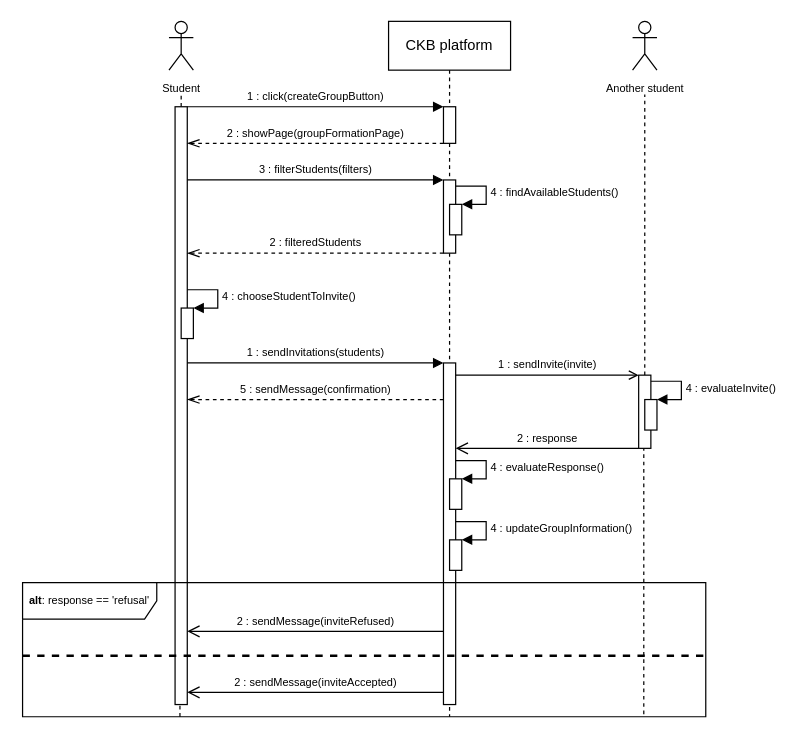
Above: RASDwip/ExtraFiles/Drawio/Sequence/Sequence9.drawio in francescospangaro/SpangaroTosettiRiccardi (draw.io), before the change. Source tidied: cells renumbered, new cells numbered last; positions are measured from the earlier drawing's top-left corner, leaving out a move shared by most shapes. Both pictures are drawn from the tidied source at 122%, with x=0, y=0 at pixel (22, 21).
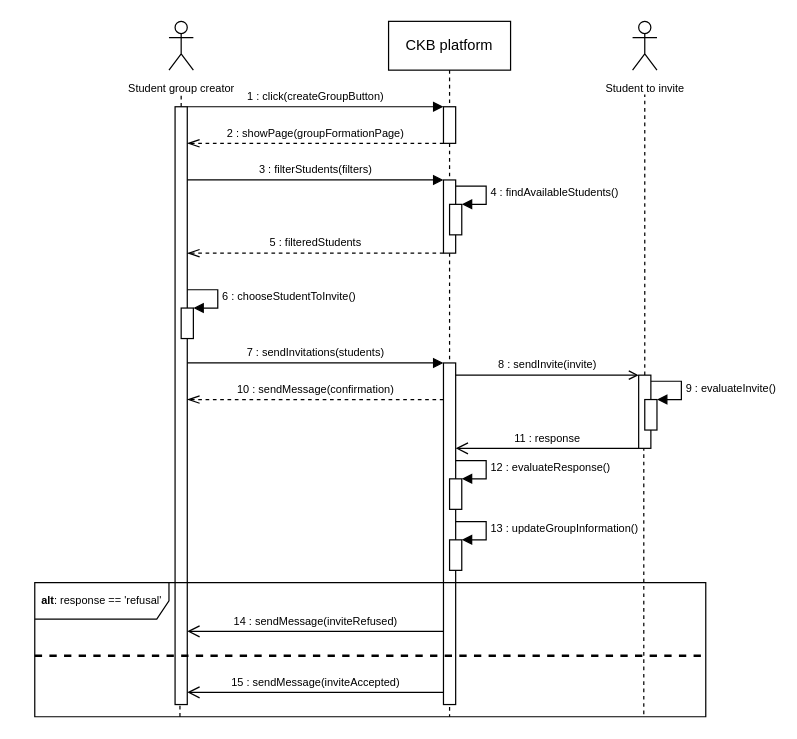
The same diagram, later.

Unchanged cells that the change refers to:
```xml
<mxCell id="4" style="html=1;points=[];perimeter=orthogonalPerimeter;outlineConnect=0;targetShapes=umlLifeline;portConstraint=eastwest;newEdgeStyle={&quot;edgeStyle&quot;:&quot;elbowEdgeStyle&quot;,&quot;elbow&quot;:&quot;vertical&quot;,&quot;curved&quot;:0,&quot;rounded&quot;:0};" parent="2" vertex="1">
  <mxGeometry x="45" y="130" width="10" height="60" as="geometry" />
</mxCell>
<mxCell id="7" style="html=1;points=[];perimeter=orthogonalPerimeter;outlineConnect=0;targetShapes=umlLifeline;portConstraint=eastwest;newEdgeStyle={&quot;edgeStyle&quot;:&quot;elbowEdgeStyle&quot;,&quot;elbow&quot;:&quot;vertical&quot;,&quot;curved&quot;:0,&quot;rounded&quot;:0};" parent="1" vertex="1">
  <mxGeometry x="345" y="280" width="10" height="280" as="geometry" />
</mxCell>
<mxCell id="10" style="html=1;points=[];perimeter=orthogonalPerimeter;outlineConnect=0;targetShapes=umlLifeline;portConstraint=eastwest;newEdgeStyle={&quot;edgeStyle&quot;:&quot;elbowEdgeStyle&quot;,&quot;elbow&quot;:&quot;vertical&quot;,&quot;curved&quot;:0,&quot;rounded&quot;:0};" parent="1" vertex="1">
  <mxGeometry x="125" y="70" width="10" height="490" as="geometry" />
</mxCell>
<mxCell id="21" style="html=1;points=[];perimeter=orthogonalPerimeter;outlineConnect=0;targetShapes=umlLifeline;portConstraint=eastwest;newEdgeStyle={&quot;edgeStyle&quot;:&quot;elbowEdgeStyle&quot;,&quot;elbow&quot;:&quot;vertical&quot;,&quot;curved&quot;:0,&quot;rounded&quot;:0};" parent="1" vertex="1">
  <mxGeometry x="505" y="290" width="10" height="60" as="geometry" />
</mxCell>
<mxCell id="23" style="html=1;points=[[0,0,0,0,5],[0,1,0,0,-5],[1,0,0,0,5],[1,1,0,0,-5]];perimeter=orthogonalPerimeter;outlineConnect=0;targetShapes=umlLifeline;portConstraint=eastwest;newEdgeStyle={&quot;curved&quot;:0,&quot;rounded&quot;:0};" parent="1" vertex="1">
  <mxGeometry x="510" y="310" width="10" height="25" as="geometry" />
</mxCell>
<mxCell id="25" style="html=1;points=[[0,0,0,0,5],[0,1,0,0,-5],[1,0,0,0,5],[1,1,0,0,-5]];perimeter=orthogonalPerimeter;outlineConnect=0;targetShapes=umlLifeline;portConstraint=eastwest;newEdgeStyle={&quot;curved&quot;:0,&quot;rounded&quot;:0};" parent="1" vertex="1">
  <mxGeometry x="130" y="235" width="10" height="25" as="geometry" />
</mxCell>
<mxCell id="27" style="html=1;points=[[0,0,0,0,5],[0,1,0,0,-5],[1,0,0,0,5],[1,1,0,0,-5]];perimeter=orthogonalPerimeter;outlineConnect=0;targetShapes=umlLifeline;portConstraint=eastwest;newEdgeStyle={&quot;curved&quot;:0,&quot;rounded&quot;:0};" parent="1" vertex="1">
  <mxGeometry x="350" y="375" width="10" height="25" as="geometry" />
</mxCell>
<mxCell id="29" style="html=1;points=[[0,0,0,0,5],[0,1,0,0,-5],[1,0,0,0,5],[1,1,0,0,-5]];perimeter=orthogonalPerimeter;outlineConnect=0;targetShapes=umlLifeline;portConstraint=eastwest;newEdgeStyle={&quot;curved&quot;:0,&quot;rounded&quot;:0};" parent="1" vertex="1">
  <mxGeometry x="350" y="425" width="10" height="25" as="geometry" />
</mxCell>
```

What changed in the source:
```diff
@@
-    <mxCell id="8" value="&lt;font style=&quot;font-size: 9px;&quot;&gt;Student&lt;/font&gt;" style="shape=umlActor;verticalLabelPosition=bottom;verticalAlign=top;html=1;" parent="1" vertex="1">
+    <mxCell id="8" value="&lt;font style=&quot;font-size: 9px;&quot;&gt;Student group creator&lt;/font&gt;" style="shape=umlActor;verticalLabelPosition=bottom;verticalAlign=top;html=1;" parent="1" vertex="1">
       <mxGeometry x="120" width="20" height="40" as="geometry" />
     </mxCell>
@@
-    <mxCell id="14" value="&lt;font style=&quot;font-size: 9px;&quot;&gt;5 : sendMessage(confirmation)&lt;/font&gt;" style="html=1;verticalAlign=bottom;endArrow=openThin;dashed=1;endSize=8;edgeStyle=elbowEdgeStyle;elbow=horizontal;curved=0;rounded=0;endFill=0;" parent="1" edge="1">
+    <mxCell id="14" value="&lt;font style=&quot;font-size: 9px;&quot;&gt;10 : sendMessage(confirmation)&lt;/font&gt;" style="html=1;verticalAlign=bottom;endArrow=openThin;dashed=1;endSize=8;edgeStyle=elbowEdgeStyle;elbow=horizontal;curved=0;rounded=0;endFill=0;" parent="1" edge="1">
       <mxGeometry relative="1" as="geometry">
         <mxPoint x="345" y="310" as="sourcePoint" />
         <mxPoint x="135" y="310" as="targetPoint" />
         <Array as="points">
           <mxPoint x="225" y="310" />
         </Array>
       </mxGeometry>
     </mxCell>
-    <mxCell id="15" value="&lt;font style=&quot;font-size: 9px;&quot;&gt;2 : filteredStudents&lt;/font&gt;" style="html=1;verticalAlign=bottom;endArrow=openThin;dashed=1;endSize=8;edgeStyle=elbowEdgeStyle;elbow=vertical;curved=0;rounded=0;endFill=0;" parent="1" edge="1" source="4" target="10">
+    <mxCell id="15" value="&lt;font style=&quot;font-size: 9px;&quot;&gt;5 : filteredStudents&lt;/font&gt;" style="html=1;verticalAlign=bottom;endArrow=openThin;dashed=1;endSize=8;edgeStyle=elbowEdgeStyle;elbow=vertical;curved=0;rounded=0;endFill=0;" parent="1" edge="1" source="4" target="10">
       <mxGeometry relative="1" as="geometry">
         <Array as="points">
           <mxPoint x="225" y="190" />
         </Array>
       </mxGeometry>
     </mxCell>
-    <mxCell id="16" value="&lt;font style=&quot;font-size: 9px;&quot;&gt;1 : sendInvitations(students)&lt;/font&gt;" style="html=1;verticalAlign=bottom;endArrow=block;edgeStyle=elbowEdgeStyle;elbow=vertical;curved=0;rounded=0;" parent="1" edge="1" source="10" target="7">
+    <mxCell id="16" value="&lt;font style=&quot;font-size: 9px;&quot;&gt;7 : sendInvitations(students)&lt;/font&gt;" style="html=1;verticalAlign=bottom;endArrow=block;edgeStyle=elbowEdgeStyle;elbow=vertical;curved=0;rounded=0;" parent="1" edge="1" source="10" target="7">
       <mxGeometry relative="1" as="geometry">
         <Array as="points">
           <mxPoint x="230" y="280" />
         </Array>
       </mxGeometry>
     </mxCell>
-    <mxCell id="17" value="&lt;font style=&quot;font-size: 9px;&quot;&gt;Another student&lt;/font&gt;" style="shape=umlActor;verticalLabelPosition=bottom;verticalAlign=top;html=1;" parent="1" vertex="1">
+    <mxCell id="17" value="&lt;font style=&quot;font-size: 9px;&quot;&gt;Student to invite&lt;/font&gt;" style="shape=umlActor;verticalLabelPosition=bottom;verticalAlign=top;html=1;" parent="1" vertex="1">
       <mxGeometry x="500" width="20" height="40" as="geometry" />
     </mxCell>
@@
-    <mxCell id="19" value="&lt;font style=&quot;font-size: 9px;&quot;&gt;1 : sendInvite(invite)&lt;/font&gt;" style="html=1;verticalAlign=bottom;endArrow=open;edgeStyle=elbowEdgeStyle;elbow=horizontal;curved=0;rounded=0;endFill=0;" parent="1" edge="1" source="7" target="21">
+    <mxCell id="19" value="&lt;font style=&quot;font-size: 9px;&quot;&gt;8 : sendInvite(invite)&lt;/font&gt;" style="html=1;verticalAlign=bottom;endArrow=open;edgeStyle=elbowEdgeStyle;elbow=horizontal;curved=0;rounded=0;endFill=0;" parent="1" edge="1" source="7" target="21">
       <mxGeometry relative="1" as="geometry">
         <Array as="points">
           <mxPoint x="460" y="290" />
         </Array>
       </mxGeometry>
     </mxCell>
@@
-    <mxCell id="22" value="&lt;font style=&quot;font-size: 9px;&quot;&gt;2 : response&lt;/font&gt;" style="html=1;verticalAlign=bottom;endArrow=open;endSize=8;edgeStyle=elbowEdgeStyle;elbow=vertical;curved=0;rounded=0;endFill=0;" parent="1" edge="1" source="21" target="7">
+    <mxCell id="22" value="&lt;font style=&quot;font-size: 9px;&quot;&gt;11 : response&lt;/font&gt;" style="html=1;verticalAlign=bottom;endArrow=open;endSize=8;edgeStyle=elbowEdgeStyle;elbow=vertical;curved=0;rounded=0;endFill=0;" parent="1" edge="1" source="21" target="7">
       <mxGeometry relative="1" as="geometry">
         <Array as="points">
           <mxPoint x="460" y="350" />
         </Array>
       </mxGeometry>
     </mxCell>
@@
-    <mxCell id="24" value="&lt;font style=&quot;font-size: 9px;&quot;&gt;4 : evaluateInvite()&lt;/font&gt;" style="html=1;align=left;spacingLeft=2;endArrow=block;rounded=0;edgeStyle=orthogonalEdgeStyle;curved=0;rounded=0;" parent="1" edge="1" target="23">
+    <mxCell id="24" value="&lt;font style=&quot;font-size: 9px;&quot;&gt;9 : evaluateInvite()&lt;/font&gt;" style="html=1;align=left;spacingLeft=2;endArrow=block;rounded=0;edgeStyle=orthogonalEdgeStyle;curved=0;rounded=0;" parent="1" edge="1" target="23">
       <mxGeometry relative="1" as="geometry">
         <mxPoint x="515" y="295" as="sourcePoint" />
         <Array as="points">
           <mxPoint x="540" y="295" />
           <mxPoint x="540" y="310" />
         </Array>
       </mxGeometry>
     </mxCell>
@@
-    <mxCell id="26" value="&lt;font style=&quot;font-size: 9px;&quot;&gt;4 : chooseStudentToInvite()&lt;/font&gt;" style="html=1;align=left;spacingLeft=2;endArrow=block;rounded=0;edgeStyle=orthogonalEdgeStyle;curved=0;rounded=0;" parent="1" edge="1" target="25">
+    <mxCell id="26" value="&lt;font style=&quot;font-size: 9px;&quot;&gt;6 : chooseStudentToInvite()&lt;/font&gt;" style="html=1;align=left;spacingLeft=2;endArrow=block;rounded=0;edgeStyle=orthogonalEdgeStyle;curved=0;rounded=0;" parent="1" edge="1" target="25">
       <mxGeometry relative="1" as="geometry">
         <mxPoint x="135" y="220" as="sourcePoint" />
         <Array as="points">
           <mxPoint x="160" y="220" />
           <mxPoint x="160" y="235" />
         </Array>
       </mxGeometry>
     </mxCell>
@@
-    <mxCell id="28" value="&lt;font style=&quot;font-size: 9px;&quot;&gt;4 : evaluateResponse()&lt;/font&gt;" style="html=1;align=left;spacingLeft=2;endArrow=block;rounded=0;edgeStyle=orthogonalEdgeStyle;curved=0;rounded=0;" parent="1" edge="1" target="27">
+    <mxCell id="28" value="&lt;font style=&quot;font-size: 9px;&quot;&gt;12 : evaluateResponse()&lt;/font&gt;" style="html=1;align=left;spacingLeft=2;endArrow=block;rounded=0;edgeStyle=orthogonalEdgeStyle;curved=0;rounded=0;" parent="1" edge="1" target="27">
       <mxGeometry relative="1" as="geometry">
         <mxPoint x="355" y="360" as="sourcePoint" />
         <Array as="points">
           <mxPoint x="380" y="360" />
           <mxPoint x="380" y="375" />
         </Array>
       </mxGeometry>
     </mxCell>
@@
-    <mxCell id="30" value="&lt;font style=&quot;font-size: 9px;&quot;&gt;4 : updateGroupInformation()&lt;/font&gt;" style="html=1;align=left;spacingLeft=2;endArrow=block;rounded=0;edgeStyle=orthogonalEdgeStyle;curved=0;rounded=0;" parent="1" edge="1" target="29">
+    <mxCell id="30" value="&lt;font style=&quot;font-size: 9px;&quot;&gt;13 : updateGroupInformation()&lt;/font&gt;" style="html=1;align=left;spacingLeft=2;endArrow=block;rounded=0;edgeStyle=orthogonalEdgeStyle;curved=0;rounded=0;" parent="1" edge="1" target="29">
       <mxGeometry relative="1" as="geometry">
         <mxPoint x="355" y="410" as="sourcePoint" />
         <Array as="points">
           <mxPoint x="380" y="410" />
           <mxPoint x="380" y="425" />
         </Array>
       </mxGeometry>
     </mxCell>
     <mxCell id="31" value="&lt;p style=&quot;line-height: 120%; font-size: 9px;&quot;&gt;&lt;font style=&quot;font-size: 9px;&quot;&gt;&lt;b&gt;alt&lt;/b&gt;: response == 'refusal'&lt;/font&gt;&lt;/p&gt;" style="shape=umlFrame;whiteSpace=wrap;html=1;width=110;height=30;verticalAlign=middle;horizontal=1;labelPosition=center;verticalLabelPosition=middle;align=center;" parent="1" vertex="1">
-      <mxGeometry y="460" width="560" height="110" as="geometry" />
+      <mxGeometry x="10" y="460" width="550" height="110" as="geometry" />
     </mxCell>
-    <mxCell id="32" value="&lt;font style=&quot;font-size: 9px;&quot;&gt;2 : sendMessage(inviteRefused)&lt;/font&gt;" style="html=1;verticalAlign=bottom;endArrow=open;endSize=8;edgeStyle=elbowEdgeStyle;elbow=vertical;curved=0;rounded=0;endFill=0;" parent="1" edge="1">
+    <mxCell id="32" value="&lt;font style=&quot;font-size: 9px;&quot;&gt;14 : sendMessage(inviteRefused)&lt;/font&gt;" style="html=1;verticalAlign=bottom;endArrow=open;endSize=8;edgeStyle=elbowEdgeStyle;elbow=vertical;curved=0;rounded=0;endFill=0;" parent="1" edge="1">
       <mxGeometry relative="1" as="geometry">
         <mxPoint x="345" y="500" as="sourcePoint" />
         <mxPoint x="135" y="500" as="targetPoint" />
         <Array as="points">
           <mxPoint x="240" y="500" />
         </Array>
       </mxGeometry>
     </mxCell>
-    <mxCell id="33" style="endArrow=none;dashed=1;html=1;rounded=0;exitX=0.001;exitY=0.409;exitDx=0;exitDy=0;exitPerimeter=0;strokeWidth=2;" parent="1" edge="1">
+    <mxCell id="33" style="endArrow=none;dashed=1;html=1;rounded=0;strokeWidth=2;" parent="1" edge="1">
       <mxGeometry relative="1" as="geometry">
-        <mxPoint y="520" as="sourcePoint" />
+        <mxPoint x="10" y="520" as="sourcePoint" />
         <mxPoint x="560" y="520" as="targetPoint" />
       </mxGeometry>
     </mxCell>
-    <mxCell id="34" value="&lt;font style=&quot;font-size: 9px;&quot;&gt;2 : sendMessage(inviteAccepted)&lt;/font&gt;" style="html=1;verticalAlign=bottom;endArrow=open;endSize=8;edgeStyle=elbowEdgeStyle;elbow=vertical;curved=0;rounded=0;endFill=0;" parent="1" edge="1">
+    <mxCell id="34" value="&lt;font style=&quot;font-size: 9px;&quot;&gt;15 : sendMessage(inviteAccepted)&lt;/font&gt;" style="html=1;verticalAlign=bottom;endArrow=open;endSize=8;edgeStyle=elbowEdgeStyle;elbow=vertical;curved=0;rounded=0;endFill=0;" parent="1" edge="1">
       <mxGeometry relative="1" as="geometry">
         <mxPoint x="345" y="550" as="sourcePoint" />
         <mxPoint x="135" y="550" as="targetPoint" />
         <Array as="points">
           <mxPoint x="240" y="550" />
         </Array>
       </mxGeometry>
     </mxCell>
```
